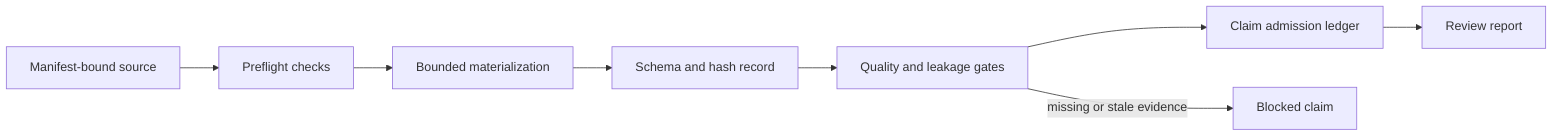
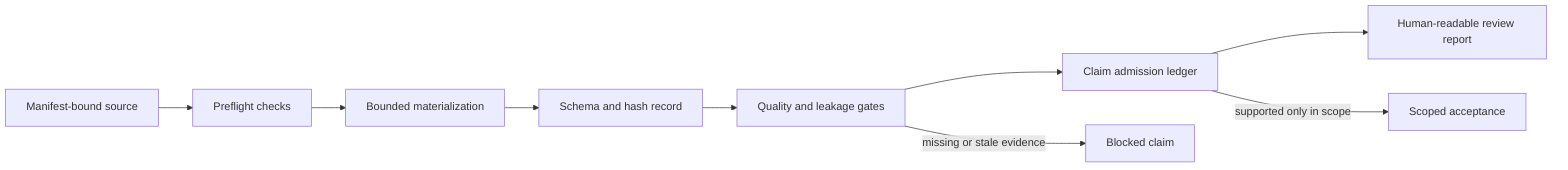
flowchart LR
  SRC["Manifest-bound source"]
  PRE["Preflight checks"]
  MAT["Bounded materialization"]
  HASH["Schema and hash record"]
  QA["Quality and leakage gates"]
  CLAIM["Claim admission ledger"]
-   REVIEW["Review report"]
+   REVIEW["Human-readable review report"]

  SRC --> PRE
  PRE --> MAT
  MAT --> HASH
  HASH --> QA
  QA --> CLAIM
  CLAIM --> REVIEW

  QA -- "missing or stale evidence" --> BLOCK["Blocked claim"]
+   CLAIM -- "supported only in scope" --> SCOPE["Scoped acceptance"]
+ 
